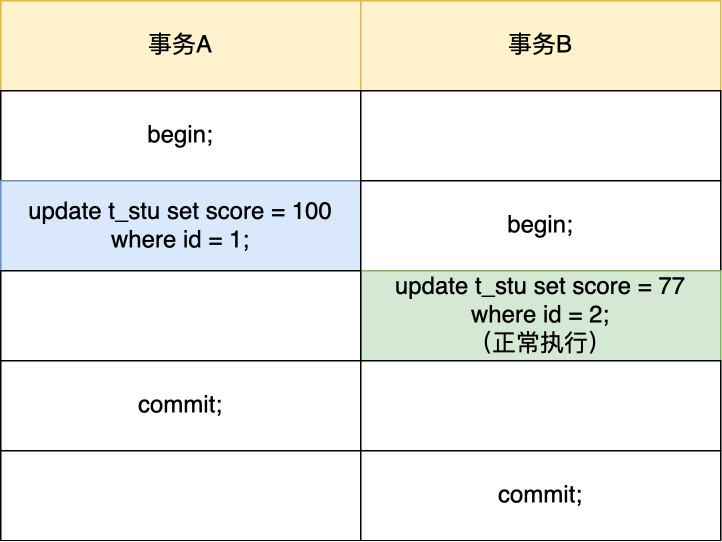
Above: mysql/事务隔离/update唯一索引.drawio.png in xiaolincoder/ImageHost4 (draw.io), before the change. Source tidied: cells renumbered, new cells last; positions are measured from the earlier drawing's top-left corner, leaving out a move shared by most shapes.
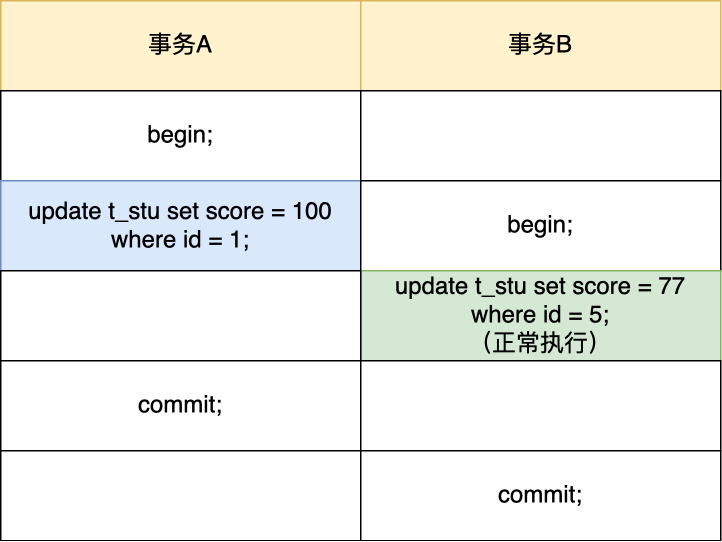
After the change.

Commit message:
已添加 update唯一索引.drawio.png

Change to the diagram source:
```diff
@@ -20,7 +20,7 @@
     <mxCell id="7" value="begin;" style="rounded=0;whiteSpace=wrap;html=1;fontSize=16;" parent="1" vertex="1">
       <mxGeometry x="240" y="120" width="240" height="60" as="geometry" />
     </mxCell>
-    <mxCell id="8" value="update t_stu set score = 77 where id = 2;&lt;br&gt;（正常执行）" style="rounded=0;whiteSpace=wrap;html=1;fontSize=16;fillColor=#d5e8d4;strokeColor=#82b366;" parent="1" vertex="1">
+    <mxCell id="8" value="update t_stu set score = 77 where id = 5;&lt;br&gt;（正常执行）" style="rounded=0;whiteSpace=wrap;html=1;fontSize=16;fillColor=#d5e8d4;strokeColor=#82b366;" parent="1" vertex="1">
       <mxGeometry x="240" y="180" width="240" height="60" as="geometry" />
     </mxCell>
     <mxCell id="9" style="rounded=0;whiteSpace=wrap;html=1;fontSize=16;" parent="1" vertex="1">
```
